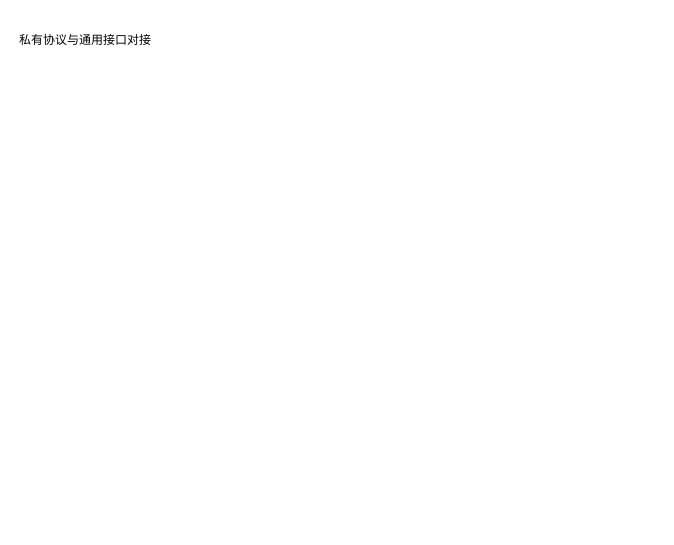
Earlier version of the draw.io diagram 重构串口程序.drawio (whatdyouwant/drawio). Source tidied: cells renumbered, new cells numbered last; positions are measured from the earlier drawing's top-left corner, leaving out a move shared by most shapes. Both pictures are drawn from the tidied source at 100%, with x=0, y=0 at pixel (17, 17).
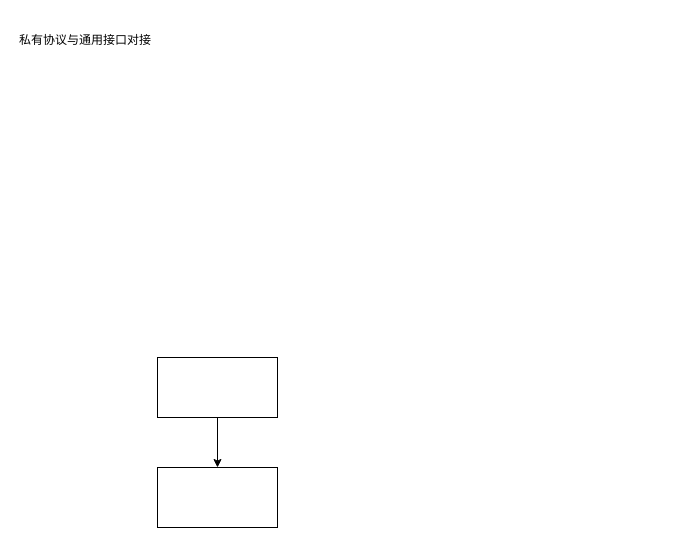
After the change.

Commit message (it also covers changes not shown here):
更新重构串口程序.drawio

What changed in the source:
```diff
@@
 <mxGraphModel>
   <root>
     <mxCell id="0" />
     <mxCell id="1" parent="0" />
     <mxCell id="2" value="&lt;br&gt;私有协议与通用接口对接&lt;br&gt;&lt;br&gt;&lt;br&gt;&lt;br&gt;&lt;br&gt;&lt;br&gt;&lt;br&gt;&lt;br&gt;&lt;br&gt;&lt;br&gt;&lt;br&gt;&lt;br&gt;" style="text;html=1;strokeColor=none;fillColor=none;align=left;verticalAlign=middle;whiteSpace=wrap;rounded=0;" parent="1" vertex="1">
       <mxGeometry width="640" height="190" as="geometry" />
     </mxCell>
+    <mxCell id="3" style="edgeStyle=orthogonalEdgeStyle;rounded=0;jettySize=auto;html=1;" parent="1" edge="1" source="4" target="5">
+      <mxGeometry relative="1" as="geometry" />
+    </mxCell>
+    <mxCell id="4" style="rounded=0;whiteSpace=wrap;html=1;" parent="1" vertex="1">
+      <mxGeometry x="140" y="340" width="120" height="60" as="geometry" />
+    </mxCell>
+    <mxCell id="5" style="rounded=0;whiteSpace=wrap;html=1;" parent="1" vertex="1">
+      <mxGeometry x="140" y="450" width="120" height="60" as="geometry" />
+    </mxCell>
   </root>
 </mxGraphModel>
```
